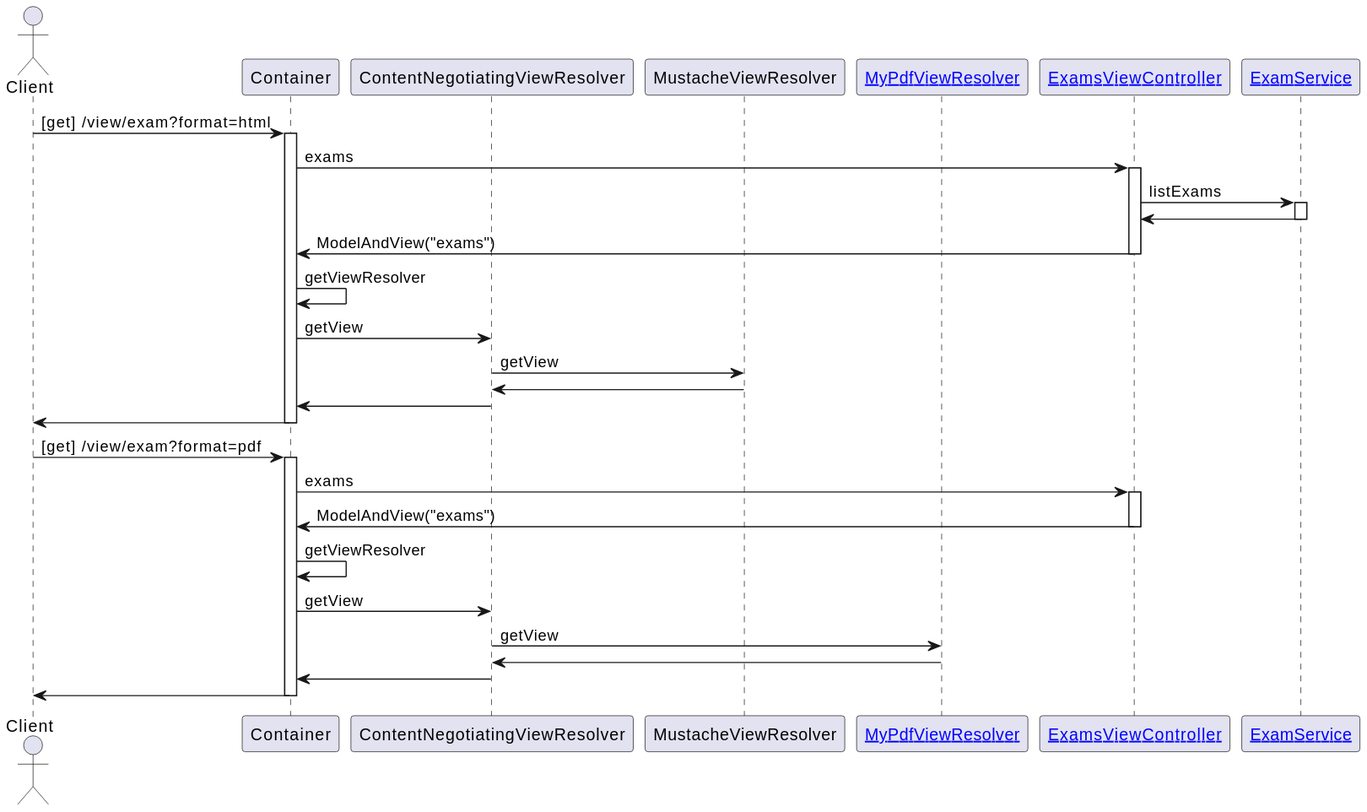
The PlantUML diagram docs/sequence.svg in johnlayton/nokescourt, before a commit.
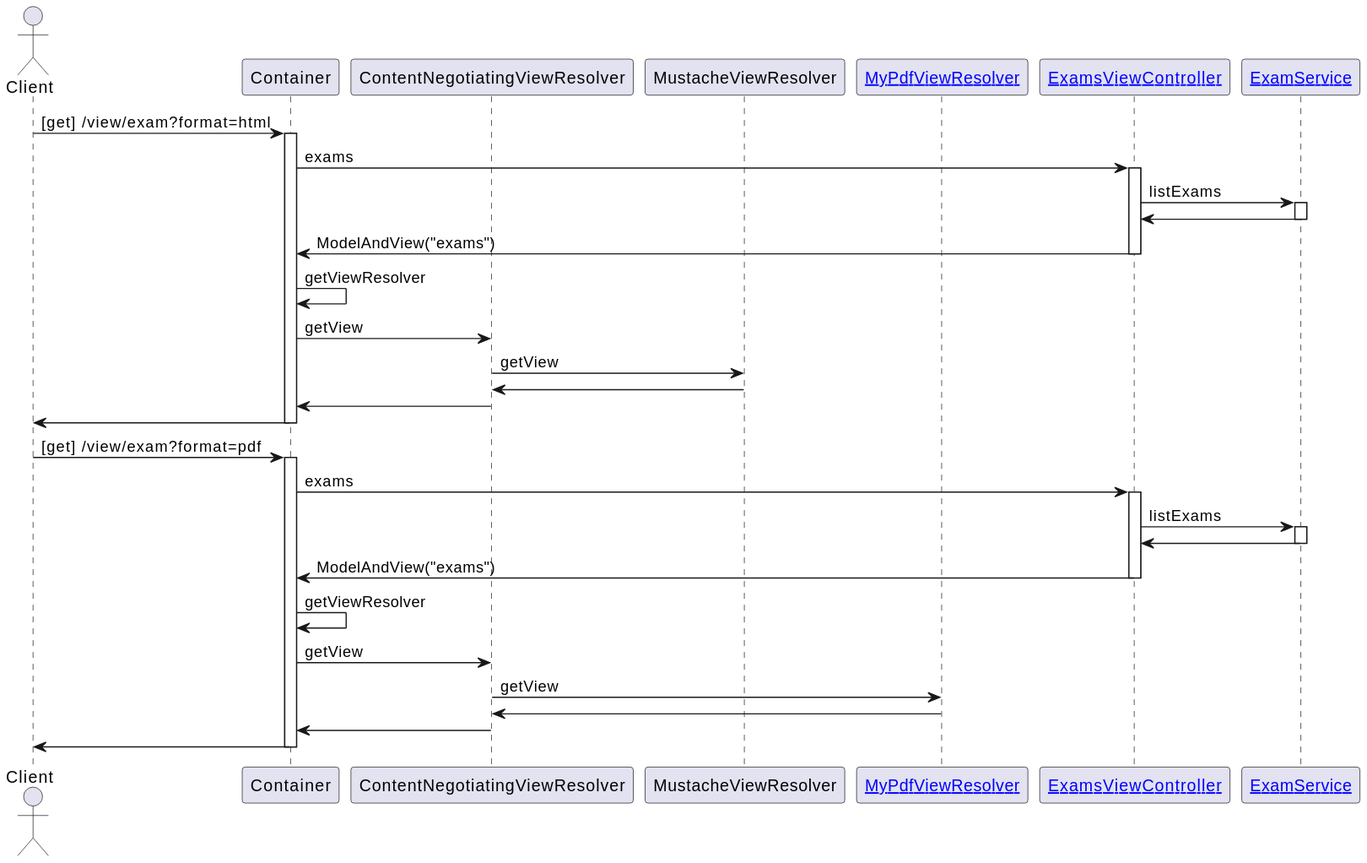
The same diagram one commit later.

What changed in the source:
```diff
@@ -29,6 +29,10 @@
 activate Container
 Container -> ExamsViewController : exams
 activate ExamsViewController
+ExamsViewController -> ExamService : listExams
+activate ExamService
+ExamsViewController <- ExamService
+deactivate ExamService
 ExamsViewController -> Container : ModelAndView("exams")
 deactivate ExamsViewController
 Container -> Container : getViewResolver
```
